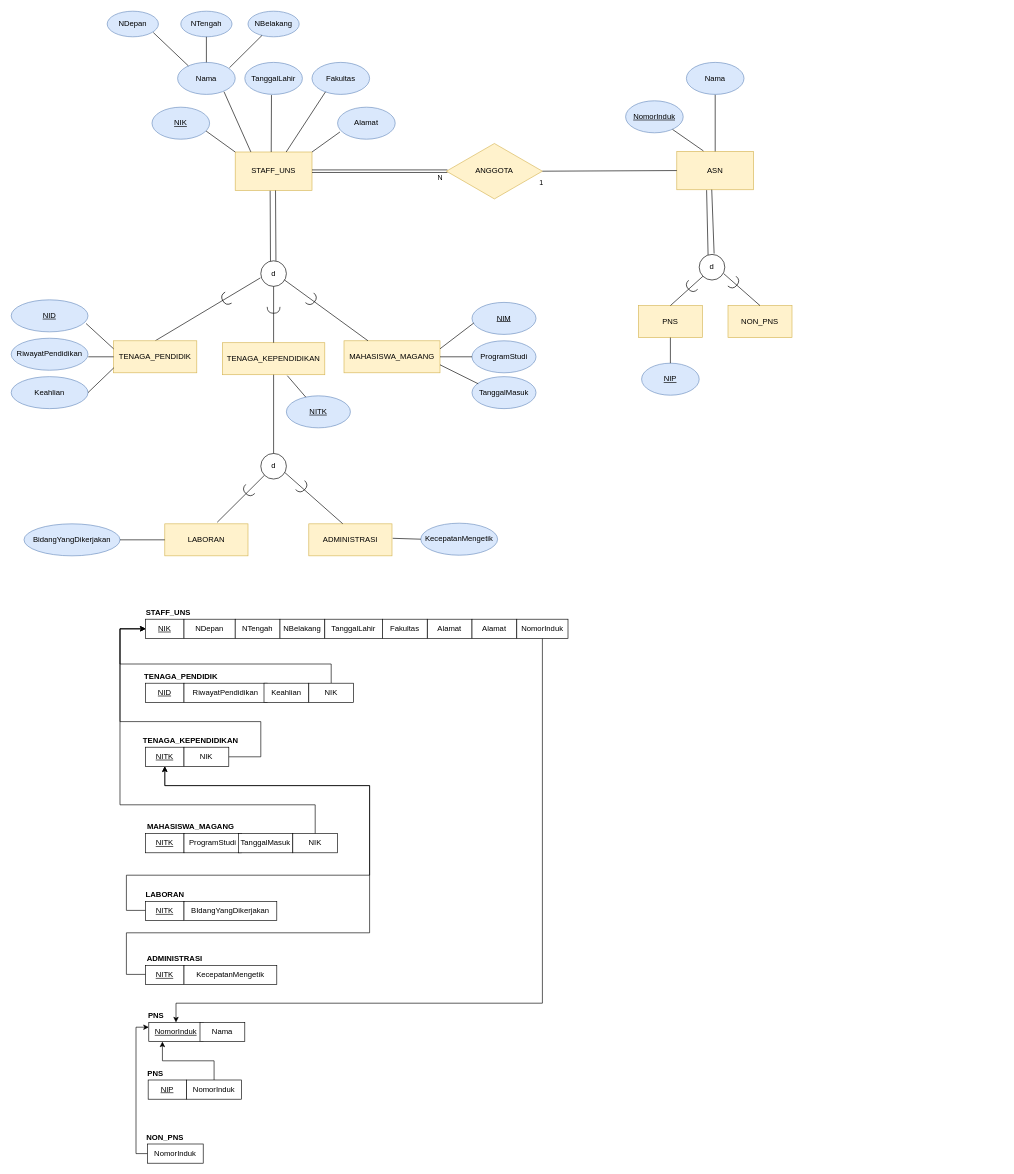
The draw.io diagram page "Page-2" (1 of 3) of Untitled Diagram.drawio in Drithh/ER-Diagram, before the edit. Source tidied: cells renumbered, new cells numbered last; positions are measured from the earlier drawing's top-left corner, leaving out a move shared by most shapes. Both pictures are drawn from the tidied source at 64%, with x=0, y=0 at pixel (11, 11).
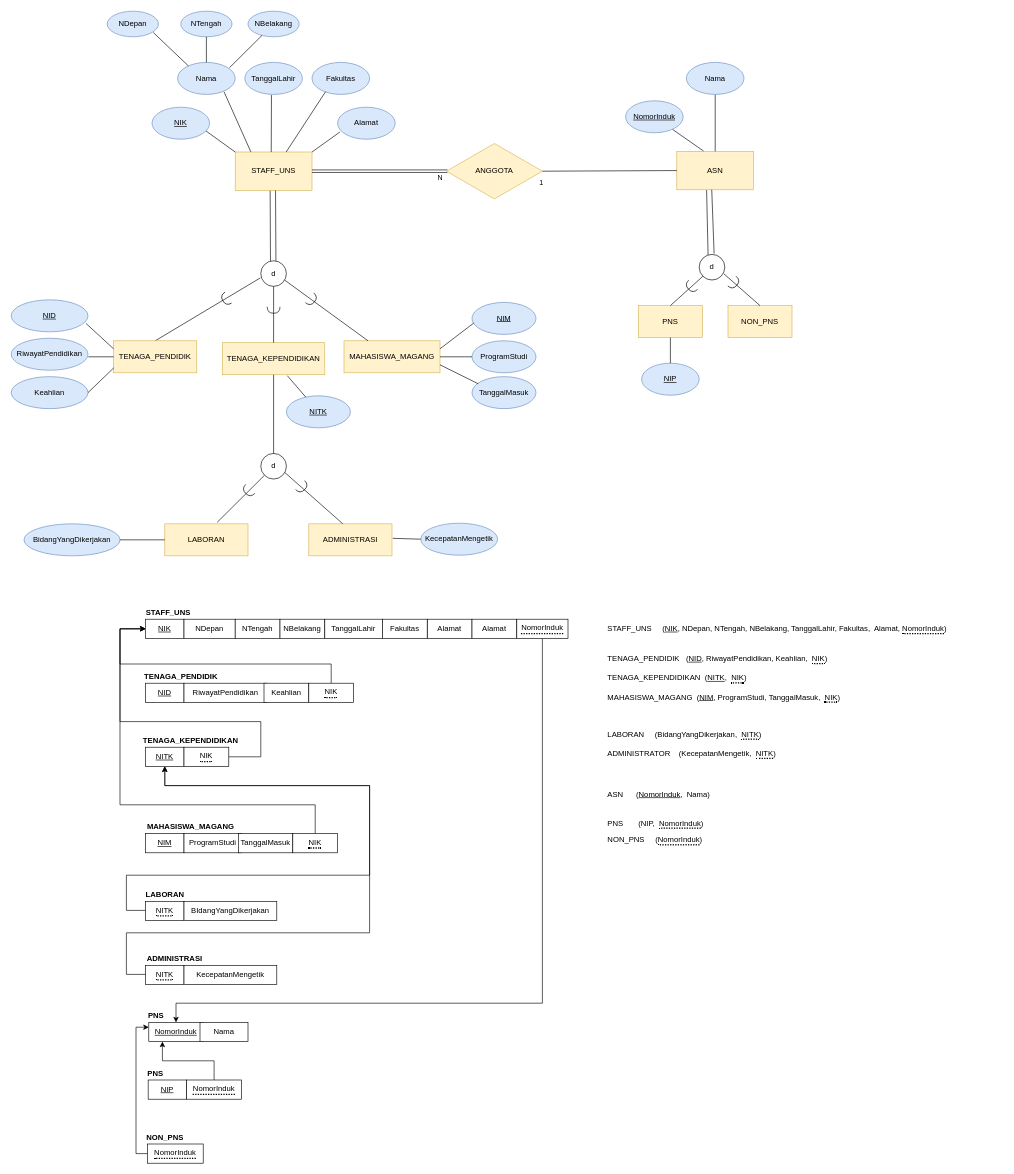
After the change.

Change to the diagram source:
```diff
@@
-    <mxCell id="86" value="NIK" style="whiteSpace=wrap;html=1;align=center;" parent="1" vertex="1">
+    <mxCell id="86" value="&lt;div style=&quot;border-bottom: 2px dotted black&quot;&gt;NIK&lt;/div&gt;" style="whiteSpace=wrap;html=1;align=center;" parent="1" vertex="1">
       <mxGeometry x="465" y="1050" width="70" height="30" as="geometry" />
     </mxCell>
@@
-    <mxCell id="90" value="NIK" style="whiteSpace=wrap;html=1;align=center;" parent="1" vertex="1">
+    <mxCell id="90" value="&lt;div style=&quot;border-bottom: 2px dotted black&quot;&gt;NIK&lt;/div&gt;" style="whiteSpace=wrap;html=1;align=center;" parent="1" vertex="1">
       <mxGeometry x="270" y="1150" width="70" height="30" as="geometry" />
     </mxCell>
@@
-    <mxCell id="92" value="&lt;u&gt;NITK&lt;/u&gt;" style="whiteSpace=wrap;html=1;align=center;" parent="1" vertex="1">
+    <mxCell id="92" value="&lt;u&gt;NIM&lt;/u&gt;" style="whiteSpace=wrap;html=1;align=center;" parent="1" vertex="1">
       <mxGeometry x="210" y="1285" width="60" height="30" as="geometry" />
     </mxCell>
@@
-    <mxCell id="97" value="NIK" style="whiteSpace=wrap;html=1;align=center;" parent="1" vertex="1">
+    <mxCell id="97" value="&lt;div style=&quot;border-bottom: 2px dotted black&quot;&gt;NIK&lt;/div&gt;" style="whiteSpace=wrap;html=1;align=center;" parent="1" vertex="1">
       <mxGeometry x="440" y="1285" width="70" height="30" as="geometry" />
     </mxCell>
@@
-    <mxCell id="99" value="&lt;u&gt;NITK&lt;/u&gt;" style="whiteSpace=wrap;html=1;align=center;" parent="1" vertex="1">
+    <mxCell id="99" value="&lt;div style=&quot;border-bottom: 2px dotted black&quot;&gt;NITK&lt;/div&gt;" style="whiteSpace=wrap;html=1;align=center;" parent="1" vertex="1">
       <mxGeometry x="210" y="1391" width="60" height="30" as="geometry" />
     </mxCell>
@@
-    <mxCell id="103" value="&lt;u&gt;NITK&lt;/u&gt;" style="whiteSpace=wrap;html=1;align=center;" parent="1" vertex="1">
+    <mxCell id="103" value="&lt;div style=&quot;border-bottom: 2px dotted black&quot;&gt;NITK&lt;/div&gt;" style="whiteSpace=wrap;html=1;align=center;" parent="1" vertex="1">
       <mxGeometry x="210" y="1491" width="60" height="30" as="geometry" />
     </mxCell>
@@
-    <mxCell id="108" value="NomorInduk" style="whiteSpace=wrap;html=1;align=center;" parent="1" vertex="1">
+    <mxCell id="108" value="&lt;div style=&quot;border-bottom: 2px dotted black&quot;&gt;NomorInduk&lt;/div&gt;" style="whiteSpace=wrap;html=1;align=center;" parent="1" vertex="1">
       <mxGeometry x="274" y="1670" width="86" height="30" as="geometry" />
     </mxCell>
@@
-    <mxCell id="111" value="NomorInduk" style="whiteSpace=wrap;html=1;align=center;" parent="1" vertex="1">
+    <mxCell id="111" value="&lt;div style=&quot;border-bottom: 2px dotted black&quot;&gt;NomorInduk&lt;/div&gt;" style="whiteSpace=wrap;html=1;align=center;" parent="1" vertex="1">
       <mxGeometry x="213" y="1770" width="87" height="30" as="geometry" />
     </mxCell>
@@
     <mxCell id="119" value="Nama" style="whiteSpace=wrap;html=1;align=center;" parent="1" vertex="1">
-      <mxGeometry x="295" y="1580" width="70" height="30" as="geometry" />
+      <mxGeometry x="295" y="1580" width="75" height="30" as="geometry" />
     </mxCell>
@@
-    <mxCell id="122" value="NomorInduk" style="whiteSpace=wrap;html=1;align=center;" parent="1" vertex="1">
+    <mxCell id="122" value="&lt;div style=&quot;border-bottom: 2px dotted black&quot;&gt;NomorInduk&lt;/div&gt;" style="whiteSpace=wrap;html=1;align=center;" parent="1" vertex="1">
       <mxGeometry x="790" y="950" width="80" height="30" as="geometry" />
     </mxCell>
+    <mxCell id="123" value="STAFF_UNS &lt;span style=&quot;white-space: pre&quot;&gt; &lt;/span&gt;&lt;span style=&quot;white-space: pre&quot;&gt; &lt;/span&gt;&lt;span style=&quot;white-space: pre&quot;&gt; &lt;span style=&quot;white-space: pre&quot;&gt; &lt;/span&gt;&lt;/span&gt;(&lt;u&gt;NIK&lt;/u&gt;, NDepan, NTengah, NBelakang, TanggalLahir, Fakultas,&amp;nbsp; Alamat, &lt;span style=&quot;border-bottom: 2px dotted black&quot;&gt;NomorInduk&lt;/span&gt;)" style="text;html=1;align=left;verticalAlign=middle;strokeColor=none;fillColor=none;" parent="1" vertex="1">
+      <mxGeometry x="930" y="955" width="620" height="20" as="geometry" />
+    </mxCell>
+    <mxCell id="124" value="TENAGA_PENDIDIK &lt;span style=&quot;white-space: pre&quot;&gt; &lt;span style=&quot;white-space: pre&quot;&gt; &lt;/span&gt;&lt;/span&gt;(&lt;u&gt;NID&lt;/u&gt;, RiwayatPendidikan, Keahlian,&amp;nbsp;&amp;nbsp;&lt;span style=&quot;border-bottom: 2px dotted black&quot;&gt;NIK&lt;/span&gt;)" style="text;html=1;align=left;verticalAlign=middle;strokeColor=none;fillColor=none;" parent="1" vertex="1">
+      <mxGeometry x="930" y="1002" width="400" height="20" as="geometry" />
+    </mxCell>
+    <mxCell id="125" value="MAHASISWA_MAGANG &lt;span style=&quot;white-space: pre&quot;&gt; &lt;/span&gt;(&lt;u&gt;NIM&lt;/u&gt;, ProgramStudi, TanggalMasuk,&amp;nbsp;&amp;nbsp;&lt;span style=&quot;border-bottom: 2px dotted black&quot;&gt;NIK&lt;/span&gt;)" style="text;html=1;align=left;verticalAlign=middle;strokeColor=none;fillColor=none;" parent="1" vertex="1">
+      <mxGeometry x="930" y="1062" width="400" height="20" as="geometry" />
+    </mxCell>
+    <mxCell id="126" value="TENAGA_KEPENDIDIKAN&amp;nbsp;&lt;span style=&quot;white-space: pre&quot;&gt; &lt;/span&gt;(&lt;u&gt;NITK&lt;/u&gt;,&amp;nbsp;&amp;nbsp;&lt;span style=&quot;border-bottom: 2px dotted black&quot;&gt;NIK&lt;/span&gt;)" style="text;html=1;align=left;verticalAlign=middle;strokeColor=none;fillColor=none;" parent="1" vertex="1">
+      <mxGeometry x="930" y="1032" width="240" height="20" as="geometry" />
+    </mxCell>
+    <mxCell id="127" value="LABORAN&lt;span style=&quot;white-space: pre&quot;&gt; &lt;/span&gt;&lt;span style=&quot;white-space: pre&quot;&gt; &lt;/span&gt;&lt;span style=&quot;white-space: pre&quot;&gt; &lt;/span&gt;&amp;nbsp;&lt;span style=&quot;white-space: pre&quot;&gt; &lt;/span&gt;(BidangYangDikerjakan,&amp;nbsp;&amp;nbsp;&lt;span style=&quot;border-bottom: 2px dotted black&quot;&gt;NITK&lt;/span&gt;)" style="text;html=1;align=left;verticalAlign=middle;strokeColor=none;fillColor=none;" parent="1" vertex="1">
+      <mxGeometry x="930" y="1120" width="340" height="20" as="geometry" />
+    </mxCell>
+    <mxCell id="128" value="ADMINISTRATOR&lt;span style=&quot;white-space: pre&quot;&gt; &lt;/span&gt;&lt;span style=&quot;white-space: pre&quot;&gt; &lt;/span&gt;&amp;nbsp;&lt;span style=&quot;white-space: pre&quot;&gt; &lt;/span&gt;(KecepatanMengetik,&amp;nbsp;&amp;nbsp;&lt;span style=&quot;border-bottom: 2px dotted black&quot;&gt;NITK&lt;/span&gt;)" style="text;html=1;align=left;verticalAlign=middle;strokeColor=none;fillColor=none;" parent="1" vertex="1">
+      <mxGeometry x="930" y="1150" width="330" height="20" as="geometry" />
+    </mxCell>
+    <mxCell id="129" value="ASN&lt;span style=&quot;white-space: pre&quot;&gt; &lt;/span&gt;&lt;span style=&quot;white-space: pre&quot;&gt; &lt;/span&gt;&lt;span style=&quot;white-space: pre&quot;&gt; &lt;/span&gt;&lt;span style=&quot;white-space: pre&quot;&gt; &lt;/span&gt;&lt;span style=&quot;white-space: pre&quot;&gt; &lt;/span&gt;&lt;span style=&quot;white-space: pre&quot;&gt; &lt;/span&gt;(&lt;u&gt;NomorInduk&lt;/u&gt;,&amp;nbsp; Nama)" style="text;html=1;align=left;verticalAlign=middle;strokeColor=none;fillColor=none;" parent="1" vertex="1">
+      <mxGeometry x="930" y="1214" width="290" height="20" as="geometry" />
+    </mxCell>
+    <mxCell id="130" value="PNS&lt;span style=&quot;white-space: pre&quot;&gt; &lt;/span&gt;&lt;span style=&quot;white-space: pre&quot;&gt; &lt;/span&gt;&lt;span style=&quot;white-space: pre&quot;&gt; &lt;/span&gt;&lt;span style=&quot;white-space: pre&quot;&gt; &lt;/span&gt;&lt;span style=&quot;white-space: pre&quot;&gt; &lt;/span&gt;&amp;nbsp;&lt;span style=&quot;white-space: pre&quot;&gt; &lt;/span&gt;(NIP,&amp;nbsp;&amp;nbsp;&lt;span style=&quot;border-bottom: 2px dotted black&quot;&gt;NomorInduk&lt;/span&gt;)" style="text;html=1;align=left;verticalAlign=middle;strokeColor=none;fillColor=none;" parent="1" vertex="1">
+      <mxGeometry x="930" y="1259" width="280" height="20" as="geometry" />
+    </mxCell>
+    <mxCell id="131" value="NON_PNS&lt;span style=&quot;white-space: pre&quot;&gt; &lt;/span&gt;&lt;span style=&quot;white-space: pre&quot;&gt; &lt;/span&gt;&lt;span style=&quot;white-space: pre&quot;&gt; &lt;/span&gt;&amp;nbsp;&lt;span style=&quot;white-space: pre&quot;&gt; &lt;/span&gt;(&lt;span style=&quot;border-bottom: 2px dotted black&quot;&gt;NomorInduk&lt;/span&gt;)" style="text;html=1;align=left;verticalAlign=middle;strokeColor=none;fillColor=none;" parent="1" vertex="1">
+      <mxGeometry x="930" y="1285" width="250" height="20" as="geometry" />
+    </mxCell>
```
